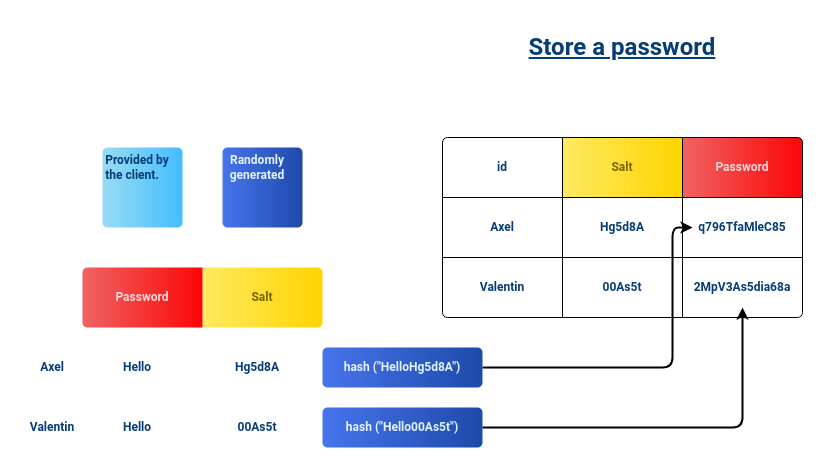
Above: page "Exemple" (3 of 3) of doc/Store_password.drawio in Aristylux/GoGoCar-App (draw.io), before the change. Source tidied: cells renumbered, new cells numbered last; positions are measured from the earlier drawing's top-left corner, leaving out a move shared by most shapes. Both pictures are drawn from the tidied source at 100%, with x=0, y=0 at pixel (17, 27).
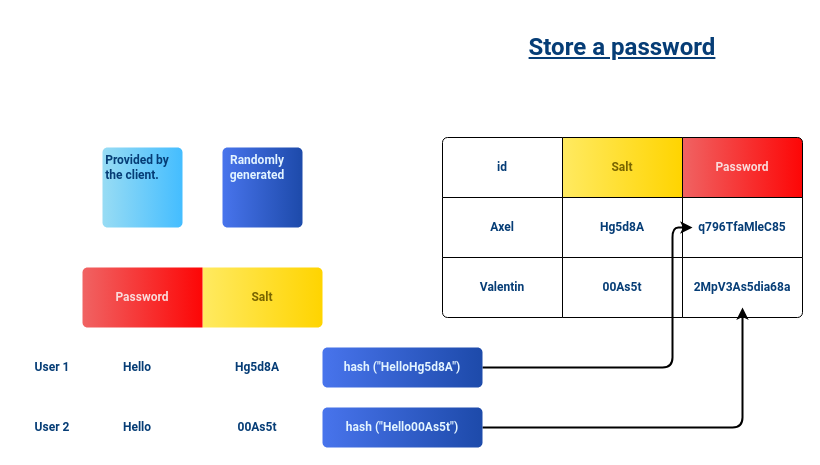
Above is the later version.

Diff of the diagram source:
```diff
@@
-    <mxCell id="30" value="&lt;font face=&quot;Roboto&quot; color=&quot;#063d76&quot;&gt;&lt;b&gt;Axel&lt;/b&gt;&lt;/font&gt;" style="text;html=1;strokeColor=none;fillColor=none;align=center;verticalAlign=middle;whiteSpace=wrap;rounded=0;" parent="1" vertex="1">
+    <mxCell id="30" value="&lt;font face=&quot;Roboto&quot; color=&quot;#063d76&quot;&gt;&lt;b&gt;User 1&lt;/b&gt;&lt;/font&gt;" style="text;html=1;strokeColor=none;fillColor=none;align=center;verticalAlign=middle;whiteSpace=wrap;rounded=0;" parent="1" vertex="1">
       <mxGeometry y="320" width="70" height="40" as="geometry" />
     </mxCell>
@@
-    <mxCell id="32" value="&lt;font face=&quot;Roboto&quot; color=&quot;#063d76&quot;&gt;&lt;b&gt;Valentin&lt;/b&gt;&lt;/font&gt;" style="text;html=1;strokeColor=none;fillColor=none;align=center;verticalAlign=middle;whiteSpace=wrap;rounded=0;" parent="1" vertex="1">
+    <mxCell id="32" value="&lt;font face=&quot;Roboto&quot; color=&quot;#063d76&quot;&gt;&lt;b&gt;User 2&lt;/b&gt;&lt;/font&gt;" style="text;html=1;strokeColor=none;fillColor=none;align=center;verticalAlign=middle;whiteSpace=wrap;rounded=0;" parent="1" vertex="1">
       <mxGeometry y="380" width="70" height="40" as="geometry" />
     </mxCell>
```
